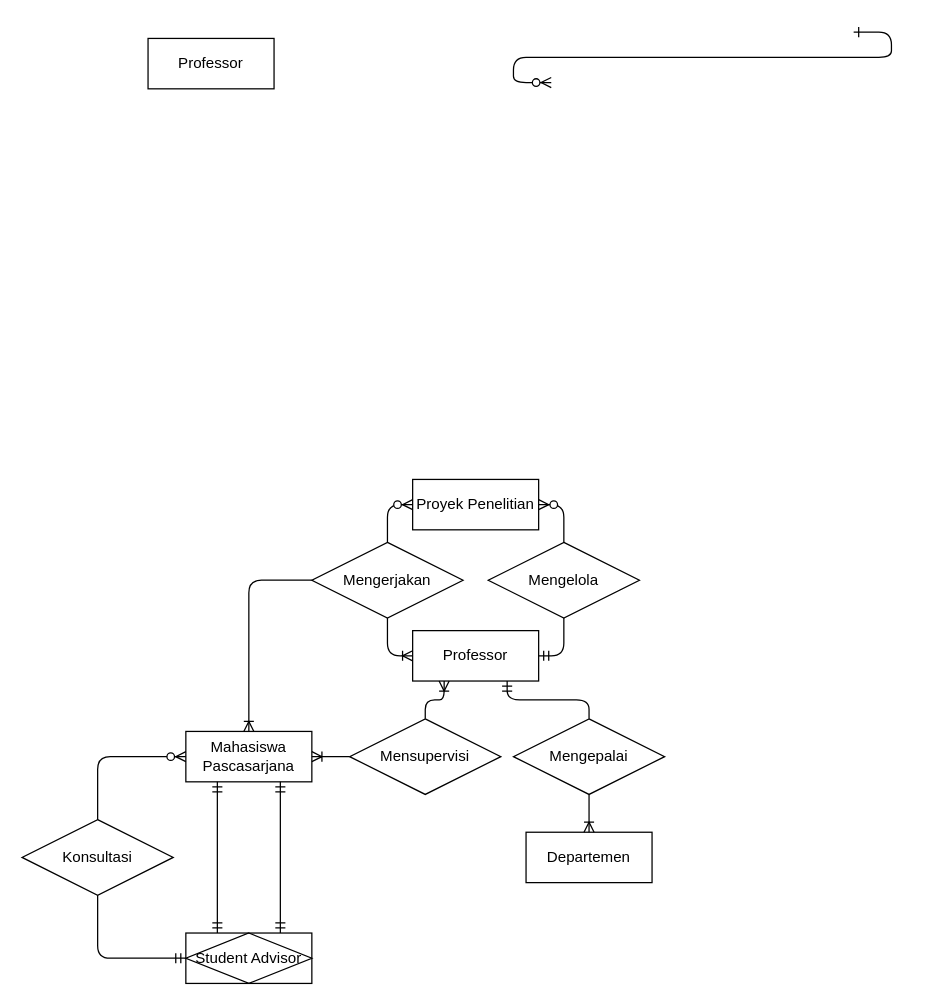
Above: lkp2.drawio in andrawicaksonoipb/Basis-Data (draw.io), before the change. Source tidied: cells renumbered, new cells numbered last; positions are measured from the earlier drawing's top-left corner, leaving out a move shared by most shapes. Both pictures are drawn from the tidied source at 126%, with x=0, y=0 at pixel (21, 32).
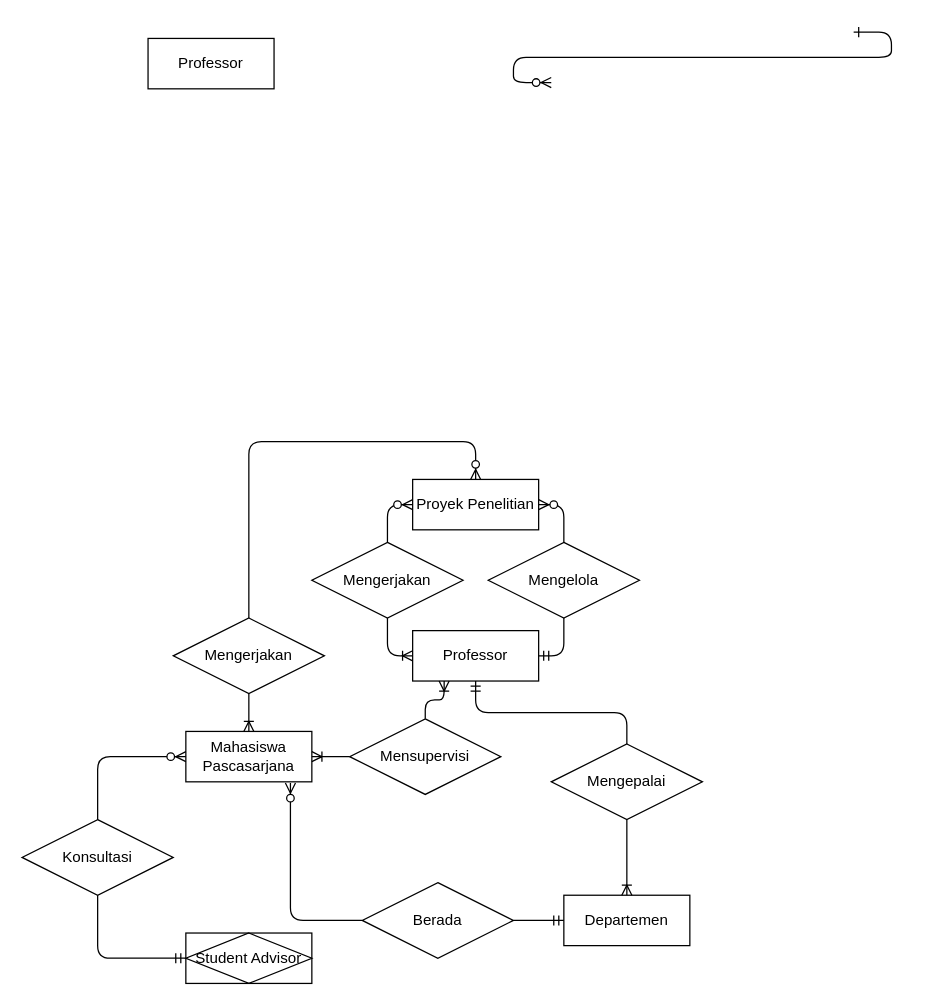
The same page after the edit.

Unchanged cells that the change refers to:
```xml
<mxCell id="4" value="Professor" style="whiteSpace=wrap;html=1;align=center;" parent="1" vertex="1">
  <mxGeometry x="310" y="475" width="100" height="40" as="geometry" />
</mxCell>
<mxCell id="5" value="Proyek Penelitian" style="whiteSpace=wrap;html=1;align=center;" parent="1" vertex="1">
  <mxGeometry x="310" y="355" width="100" height="40" as="geometry" />
</mxCell>
<mxCell id="6" value="Mahasiswa Pascasarjana" style="whiteSpace=wrap;html=1;align=center;" parent="1" vertex="1">
  <mxGeometry x="130" y="555" width="100" height="40" as="geometry" />
</mxCell>
<mxCell id="9" value="Mengerjakan" style="shape=rhombus;perimeter=rhombusPerimeter;whiteSpace=wrap;html=1;align=center;" parent="1" vertex="1">
  <mxGeometry x="230" y="405" width="120" height="60" as="geometry" />
</mxCell>
<mxCell id="21" value="Student Advisor" style="shape=associativeEntity;whiteSpace=wrap;html=1;align=center;" parent="1" vertex="1">
  <mxGeometry x="130" y="715" width="100" height="40" as="geometry" />
</mxCell>
```

Diff of the diagram source:
```diff
@@
     <mxCell id="7" value="Departemen" style="whiteSpace=wrap;html=1;align=center;" parent="1" vertex="1">
-      <mxGeometry x="400" y="635" width="100" height="40" as="geometry" />
+      <mxGeometry x="430" y="685" width="100" height="40" as="geometry" />
     </mxCell>
@@
-    <mxCell id="14" style="fontSize=12;html=1;endArrow=ERoneToMany;entryX=0.5;entryY=0;entryDx=0;entryDy=0;exitX=0;exitY=0.5;exitDx=0;exitDy=0;edgeStyle=orthogonalEdgeStyle;" parent="1" edge="1" source="9" target="6">
+    <mxCell id="14" style="fontSize=12;html=1;endArrow=ERoneToMany;entryX=0.5;entryY=0;entryDx=0;entryDy=0;edgeStyle=orthogonalEdgeStyle;exitX=0.5;exitY=0.917;exitDx=0;exitDy=0;exitPerimeter=0;" parent="1" edge="1" source="27" target="6">
       <mxGeometry relative="1" as="geometry" />
     </mxCell>
@@
     <mxCell id="18" value="Mengepalai" style="shape=rhombus;perimeter=rhombusPerimeter;whiteSpace=wrap;html=1;align=center;" parent="1" vertex="1">
-      <mxGeometry x="390" y="545" width="120" height="60" as="geometry" />
+      <mxGeometry x="420" y="565" width="120" height="60" as="geometry" />
     </mxCell>
-    <mxCell id="19" style="edgeStyle=orthogonalEdgeStyle;fontSize=12;html=1;endArrow=ERmandOne;entryX=0.75;entryY=1;entryDx=0;entryDy=0;exitX=0.5;exitY=0;exitDx=0;exitDy=0;" parent="1" edge="1" source="18" target="4">
+    <mxCell id="19" style="edgeStyle=orthogonalEdgeStyle;fontSize=12;html=1;endArrow=ERmandOne;entryX=0.5;entryY=1;entryDx=0;entryDy=0;exitX=0.5;exitY=0;exitDx=0;exitDy=0;" parent="1" edge="1" source="18" target="4">
       <mxGeometry relative="1" as="geometry" />
     </mxCell>
-    <mxCell id="20" style="fontSize=12;html=1;endArrow=ERoneToMany;entryX=0.5;entryY=0;entryDx=0;entryDy=0;exitX=0.5;exitY=1;exitDx=0;exitDy=0;" parent="1" edge="1" source="18" target="7">
+    <mxCell id="20" style="fontSize=12;html=1;endArrow=ERoneToMany;entryX=0.5;entryY=0;entryDx=0;entryDy=0;exitX=0.5;exitY=1;exitDx=0;exitDy=0;edgeStyle=orthogonalEdgeStyle;" parent="1" edge="1" source="18" target="7">
       <mxGeometry relative="1" as="geometry" />
     </mxCell>
@@
-    <mxCell id="23" style="fontSize=12;html=1;endArrow=ERmandOne;startArrow=ERmandOne;entryX=0.75;entryY=1;entryDx=0;entryDy=0;exitX=0.75;exitY=0;exitDx=0;exitDy=0;" parent="1" edge="1" source="21" target="6">
-      <mxGeometry relative="1" as="geometry" />
-    </mxCell>
-    <mxCell id="24" style="fontSize=12;html=1;endArrow=ERmandOne;startArrow=ERmandOne;entryX=0.25;entryY=1;entryDx=0;entryDy=0;exitX=0.25;exitY=0;exitDx=0;exitDy=0;" parent="1" edge="1" source="21" target="6">
-      <mxGeometry relative="1" as="geometry" />
-    </mxCell>
@@
+    <mxCell id="27" value="Mengerjakan" style="shape=rhombus;perimeter=rhombusPerimeter;whiteSpace=wrap;html=1;align=center;" parent="1" vertex="1">
+      <mxGeometry x="120" y="465" width="120" height="60" as="geometry" />
+    </mxCell>
+    <mxCell id="28" style="edgeStyle=orthogonalEdgeStyle;fontSize=12;html=1;endArrow=ERzeroToMany;endFill=1;exitX=0.5;exitY=0;exitDx=0;exitDy=0;entryX=0.5;entryY=0;entryDx=0;entryDy=0;" parent="1" edge="1" source="27" target="5">
+      <mxGeometry relative="1" as="geometry">
+        <Array as="points">
+          <mxPoint x="180" y="325" />
+          <mxPoint x="360" y="325" />
+        </Array>
+      </mxGeometry>
+    </mxCell>
+    <mxCell id="29" style="edgeStyle=entityRelationEdgeStyle;fontSize=12;html=1;endArrow=ERmandOne;entryX=0;entryY=0.5;entryDx=0;entryDy=0;exitX=1;exitY=0.5;exitDx=0;exitDy=0;" parent="1" edge="1" source="30" target="7">
+      <mxGeometry relative="1" as="geometry" />
+    </mxCell>
+    <mxCell id="30" value="Berada" style="shape=rhombus;perimeter=rhombusPerimeter;whiteSpace=wrap;html=1;align=center;" parent="1" vertex="1">
+      <mxGeometry x="270" y="675" width="120" height="60" as="geometry" />
+    </mxCell>
+    <mxCell id="31" style="edgeStyle=orthogonalEdgeStyle;fontSize=12;html=1;endArrow=ERzeroToMany;endFill=1;entryX=0.83;entryY=1.025;entryDx=0;entryDy=0;exitX=0;exitY=0.5;exitDx=0;exitDy=0;entryPerimeter=0;" parent="1" edge="1" source="30" target="6">
+      <mxGeometry relative="1" as="geometry" />
+    </mxCell>
```
